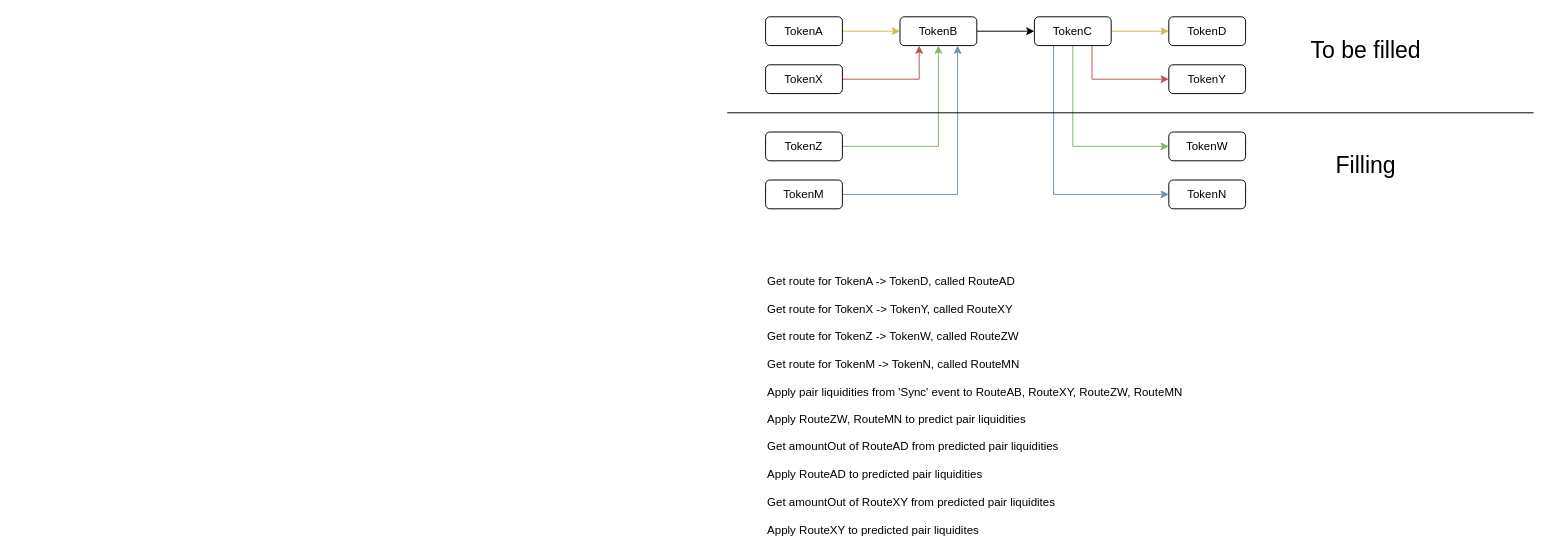
Earlier version of the draw.io diagram Untitled Diagram.drawio (CurlerRoo/test). Source tidied: cells renumbered, new cells numbered last; positions are measured from the earlier drawing's top-left corner, leaving out a move shared by most shapes. Both pictures are drawn from the tidied source at 96%, with x=0, y=0 at pixel (333, 16).
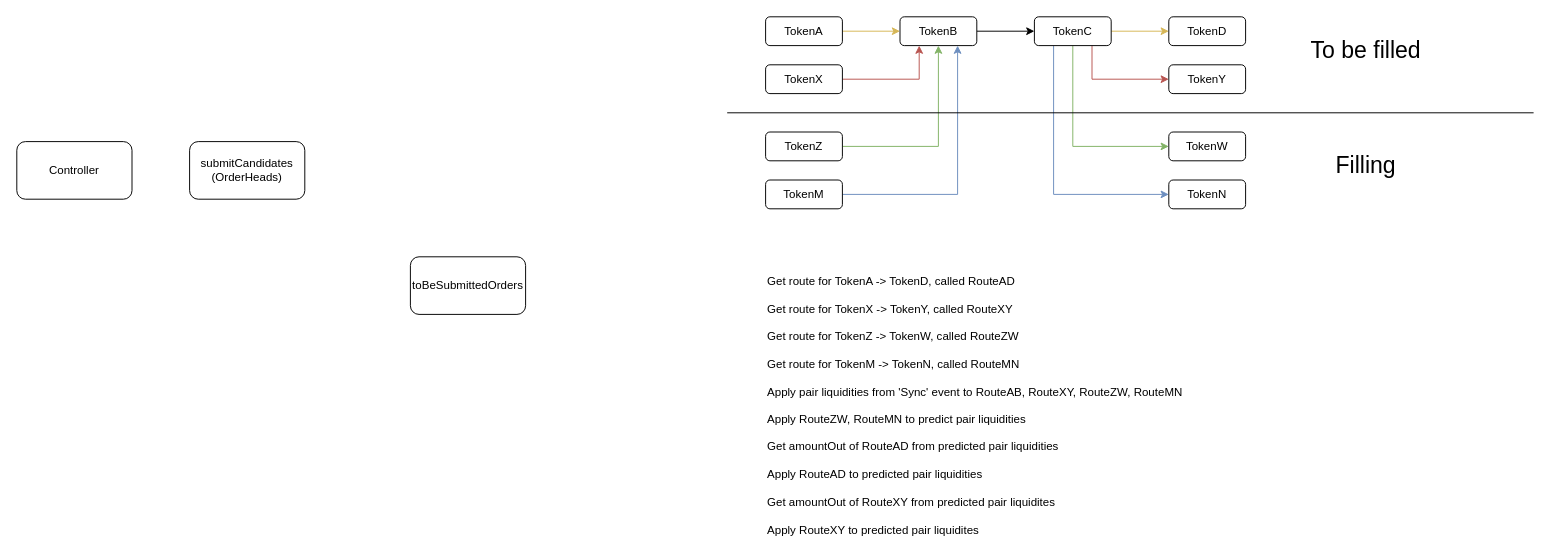
Above is the later version.

The edit, as a diff of the source:
```diff
@@
+    <mxCell id="25" value="Controller" style="rounded=1;whiteSpace=wrap;html=1;fontSize=12;" parent="1" vertex="1">
+      <mxGeometry x="-330" y="130" width="120" height="60" as="geometry" />
+    </mxCell>
+    <mxCell id="26" value="submitCandidates&lt;br&gt;(OrderHeads)" style="rounded=1;whiteSpace=wrap;html=1;fontSize=12;" parent="1" vertex="1">
+      <mxGeometry x="-150" y="130" width="120" height="60" as="geometry" />
+    </mxCell>
+    <mxCell id="27" value="toBeSubmittedOrders" style="rounded=1;whiteSpace=wrap;html=1;fontSize=12;" parent="1" vertex="1">
+      <mxGeometry x="80" y="250" width="120" height="60" as="geometry" />
+    </mxCell>
```
